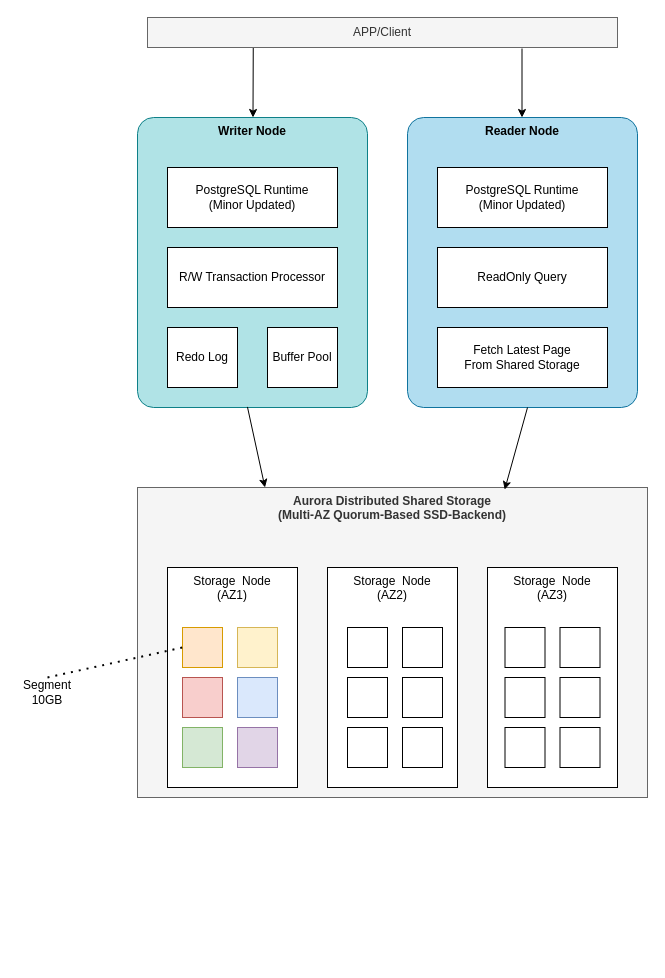
gengjie/aws_architecture keeps this draw.io diagram as Aurora Architecture.drawio. Above is the earlier version. Source tidied: cells renumbered, new cells numbered last; positions are measured from the earlier drawing's top-left corner, leaving out a move shared by most shapes. Both pictures are drawn from the tidied source at 100%, with x=0, y=0 at pixel (17, 17).
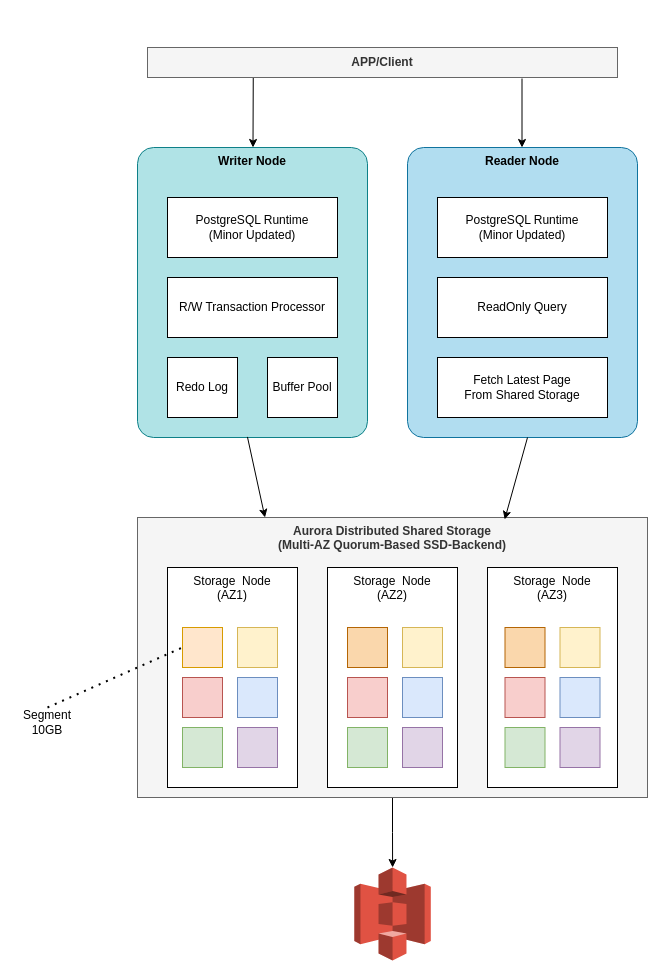
The same diagram, later.

What changed in the source:
```diff
@@
-    <mxCell id="2" value="APP/Client" style="rounded=1;whiteSpace=wrap;html=1;arcSize=0;fillColor=#f5f5f5;fontColor=#333333;strokeColor=#666666;" parent="1" vertex="1">
-      <mxGeometry x="130" width="470" height="30" as="geometry" />
+    <mxCell id="2" value="APP/Client" style="rounded=1;whiteSpace=wrap;html=1;arcSize=0;fillColor=#f5f5f5;fontColor=#333333;strokeColor=#666666;fontStyle=1;" parent="1" vertex="1">
+      <mxGeometry x="130" y="30" width="470" height="30" as="geometry" />
     </mxCell>
     <mxCell id="3" value="Writer Node" style="rounded=1;whiteSpace=wrap;html=1;arcSize=7;verticalAlign=top;fontStyle=1;fillColor=#b0e3e6;strokeColor=#0e8088;" parent="1" vertex="1">
-      <mxGeometry x="120" y="100" width="230" height="290" as="geometry" />
+      <mxGeometry x="120" y="130" width="230" height="290" as="geometry" />
     </mxCell>
     <mxCell id="4" value="Reader Node" style="rounded=1;whiteSpace=wrap;html=1;arcSize=7;verticalAlign=top;fontStyle=1;fillColor=#b1ddf0;strokeColor=#10739e;" parent="1" vertex="1">
-      <mxGeometry x="390" y="100" width="230" height="290" as="geometry" />
+      <mxGeometry x="390" y="130" width="230" height="290" as="geometry" />
     </mxCell>
     <mxCell id="5" value="PostgreSQL Runtime&lt;br&gt;(Minor Updated)" style="rounded=0;whiteSpace=wrap;html=1;" parent="1" vertex="1">
-      <mxGeometry x="150" y="150" width="170" height="60" as="geometry" />
+      <mxGeometry x="150" y="180" width="170" height="60" as="geometry" />
     </mxCell>
     <mxCell id="6" value="PostgreSQL Runtime&lt;br&gt;(Minor Updated)" style="rounded=0;whiteSpace=wrap;html=1;" parent="1" vertex="1">
-      <mxGeometry x="420" y="150" width="170" height="60" as="geometry" />
+      <mxGeometry x="420" y="180" width="170" height="60" as="geometry" />
     </mxCell>
     <mxCell id="7" value="R/W Transaction Processor" style="rounded=0;whiteSpace=wrap;html=1;" parent="1" vertex="1">
-      <mxGeometry x="150" y="230" width="170" height="60" as="geometry" />
+      <mxGeometry x="150" y="260" width="170" height="60" as="geometry" />
     </mxCell>
     <mxCell id="8" value="Redo Log" style="rounded=0;whiteSpace=wrap;html=1;" parent="1" vertex="1">
-      <mxGeometry x="150" y="310" width="70" height="60" as="geometry" />
+      <mxGeometry x="150" y="340" width="70" height="60" as="geometry" />
     </mxCell>
     <mxCell id="9" value="Buffer Pool" style="rounded=0;whiteSpace=wrap;html=1;" parent="1" vertex="1">
-      <mxGeometry x="250" y="310" width="70" height="60" as="geometry" />
+      <mxGeometry x="250" y="340" width="70" height="60" as="geometry" />
     </mxCell>
     <mxCell id="10" value="ReadOnly Query" style="rounded=0;whiteSpace=wrap;html=1;" parent="1" vertex="1">
-      <mxGeometry x="420" y="230" width="170" height="60" as="geometry" />
+      <mxGeometry x="420" y="260" width="170" height="60" as="geometry" />
     </mxCell>
     <mxCell id="11" value="Fetch Latest Page&lt;br&gt;From Shared Storage" style="rounded=0;whiteSpace=wrap;html=1;" parent="1" vertex="1">
-      <mxGeometry x="420" y="310" width="170" height="60" as="geometry" />
+      <mxGeometry x="420" y="340" width="170" height="60" as="geometry" />
     </mxCell>
+    <mxCell id="40" style="edgeStyle=orthogonalEdgeStyle;rounded=0;jettySize=auto;html=1;" parent="1" edge="1" source="12" target="41">
+      <mxGeometry relative="1" as="geometry" />
+    </mxCell>
     <mxCell id="12" value="Aurora Distributed Shared Storage&lt;br&gt;(Multi-AZ Quorum-Based SSD-Backend)" style="rounded=0;whiteSpace=wrap;html=1;verticalAlign=top;fontStyle=1;fillColor=#f5f5f5;fontColor=#333333;strokeColor=#666666;" parent="1" vertex="1">
-      <mxGeometry x="120" y="470" width="510" height="310" as="geometry" />
+      <mxGeometry x="120" y="500" width="510" height="280" as="geometry" />
     </mxCell>
@@
     <mxCell id="14" style="endArrow=classic;html=1;rounded=0;exitX=0.225;exitY=1.017;exitDx=0;exitDy=0;exitPerimeter=0;" parent="1" edge="1">
       <mxGeometry relative="1" as="geometry">
-        <mxPoint x="504.5" y="31" as="sourcePoint" />
-        <mxPoint x="504.5" y="100" as="targetPoint" />
+        <mxPoint x="504.5" y="61" as="sourcePoint" />
+        <mxPoint x="504.5" y="130" as="targetPoint" />
       </mxGeometry>
     </mxCell>
@@
-    <mxCell id="24" style="whiteSpace=wrap;html=1;" parent="1" vertex="1">
+    <mxCell id="24" style="whiteSpace=wrap;html=1;fillColor=#fad7ac;strokeColor=#b46504;" parent="1" vertex="1">
       <mxGeometry x="330" y="610" width="40" height="40" as="geometry" />
     </mxCell>
-    <mxCell id="25" style="whiteSpace=wrap;html=1;" parent="1" vertex="1">
+    <mxCell id="25" style="whiteSpace=wrap;html=1;fillColor=#fff2cc;strokeColor=#d6b656;" parent="1" vertex="1">
       <mxGeometry x="385" y="610" width="40" height="40" as="geometry" />
     </mxCell>
-    <mxCell id="26" style="whiteSpace=wrap;html=1;" parent="1" vertex="1">
+    <mxCell id="26" style="whiteSpace=wrap;html=1;fillColor=#f8cecc;strokeColor=#b85450;" parent="1" vertex="1">
       <mxGeometry x="330" y="660" width="40" height="40" as="geometry" />
     </mxCell>
-    <mxCell id="27" style="whiteSpace=wrap;html=1;" parent="1" vertex="1">
+    <mxCell id="27" style="whiteSpace=wrap;html=1;fillColor=#dae8fc;strokeColor=#6c8ebf;" parent="1" vertex="1">
       <mxGeometry x="385" y="660" width="40" height="40" as="geometry" />
     </mxCell>
-    <mxCell id="28" style="whiteSpace=wrap;html=1;" parent="1" vertex="1">
+    <mxCell id="28" style="whiteSpace=wrap;html=1;fillColor=#d5e8d4;strokeColor=#82b366;" parent="1" vertex="1">
       <mxGeometry x="330" y="710" width="40" height="40" as="geometry" />
     </mxCell>
-    <mxCell id="29" style="whiteSpace=wrap;html=1;" parent="1" vertex="1">
+    <mxCell id="29" style="whiteSpace=wrap;html=1;fillColor=#e1d5e7;strokeColor=#9673a6;" parent="1" vertex="1">
       <mxGeometry x="385" y="710" width="40" height="40" as="geometry" />
     </mxCell>
-    <mxCell id="30" style="whiteSpace=wrap;html=1;" parent="1" vertex="1">
+    <mxCell id="30" style="whiteSpace=wrap;html=1;fillColor=#fad7ac;strokeColor=#b46504;" parent="1" vertex="1">
       <mxGeometry x="487.5" y="610" width="40" height="40" as="geometry" />
     </mxCell>
-    <mxCell id="31" style="whiteSpace=wrap;html=1;" parent="1" vertex="1">
+    <mxCell id="31" style="whiteSpace=wrap;html=1;fillColor=#fff2cc;strokeColor=#d6b656;" parent="1" vertex="1">
       <mxGeometry x="542.5" y="610" width="40" height="40" as="geometry" />
     </mxCell>
-    <mxCell id="32" style="whiteSpace=wrap;html=1;" parent="1" vertex="1">
+    <mxCell id="32" style="whiteSpace=wrap;html=1;fillColor=#f8cecc;strokeColor=#b85450;" parent="1" vertex="1">
       <mxGeometry x="487.5" y="660" width="40" height="40" as="geometry" />
     </mxCell>
-    <mxCell id="33" style="whiteSpace=wrap;html=1;" parent="1" vertex="1">
+    <mxCell id="33" style="whiteSpace=wrap;html=1;fillColor=#dae8fc;strokeColor=#6c8ebf;" parent="1" vertex="1">
       <mxGeometry x="542.5" y="660" width="40" height="40" as="geometry" />
     </mxCell>
-    <mxCell id="34" style="whiteSpace=wrap;html=1;" parent="1" vertex="1">
+    <mxCell id="34" style="whiteSpace=wrap;html=1;fillColor=#d5e8d4;strokeColor=#82b366;" parent="1" vertex="1">
       <mxGeometry x="487.5" y="710" width="40" height="40" as="geometry" />
     </mxCell>
-    <mxCell id="35" style="whiteSpace=wrap;html=1;" parent="1" vertex="1">
+    <mxCell id="35" style="whiteSpace=wrap;html=1;fillColor=#e1d5e7;strokeColor=#9673a6;" parent="1" vertex="1">
       <mxGeometry x="542.5" y="710" width="40" height="40" as="geometry" />
     </mxCell>
@@
     <mxCell id="37" style="endArrow=classic;html=1;rounded=0;entryX=0.72;entryY=0.007;entryDx=0;entryDy=0;entryPerimeter=0;" parent="1" edge="1" target="12">
       <mxGeometry relative="1" as="geometry">
-        <mxPoint x="510" y="390" as="sourcePoint" />
+        <mxPoint x="510" y="420" as="sourcePoint" />
       </mxGeometry>
     </mxCell>
     <mxCell id="38" value="Segment&lt;br&gt;10GB" style="text;html=1;align=center;verticalAlign=middle;whiteSpace=wrap;rounded=0;" parent="1" vertex="1">
-      <mxGeometry y="660" width="60" height="30" as="geometry" />
+      <mxGeometry y="690" width="60" height="30" as="geometry" />
     </mxCell>
@@
+    <mxCell id="41" style="outlineConnect=0;dashed=0;verticalLabelPosition=bottom;verticalAlign=top;align=center;html=1;shape=mxgraph.aws3.s3;fillColor=#E05243;gradientColor=none;" parent="1" vertex="1">
+      <mxGeometry x="336.8" y="850" width="76.5" height="93" as="geometry" />
+    </mxCell>
```
